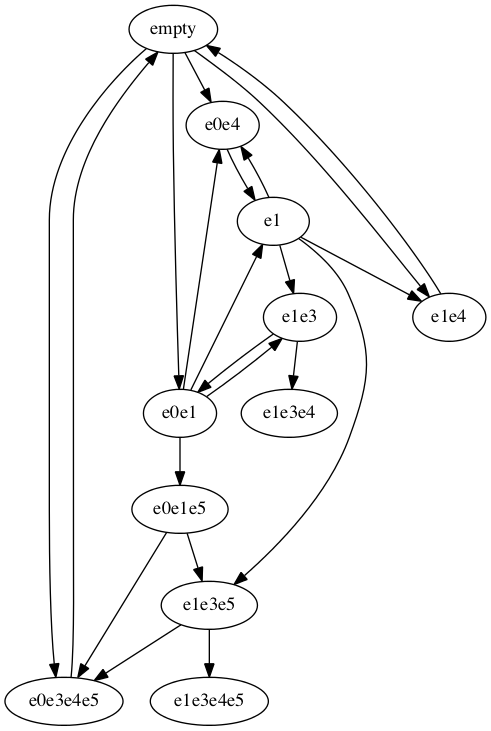
ryysd/PrototypePOR keeps this Graphviz diagram as tmp/act.png. Above is the earlier version. Its source is kept beside it as tmp/act.dot.
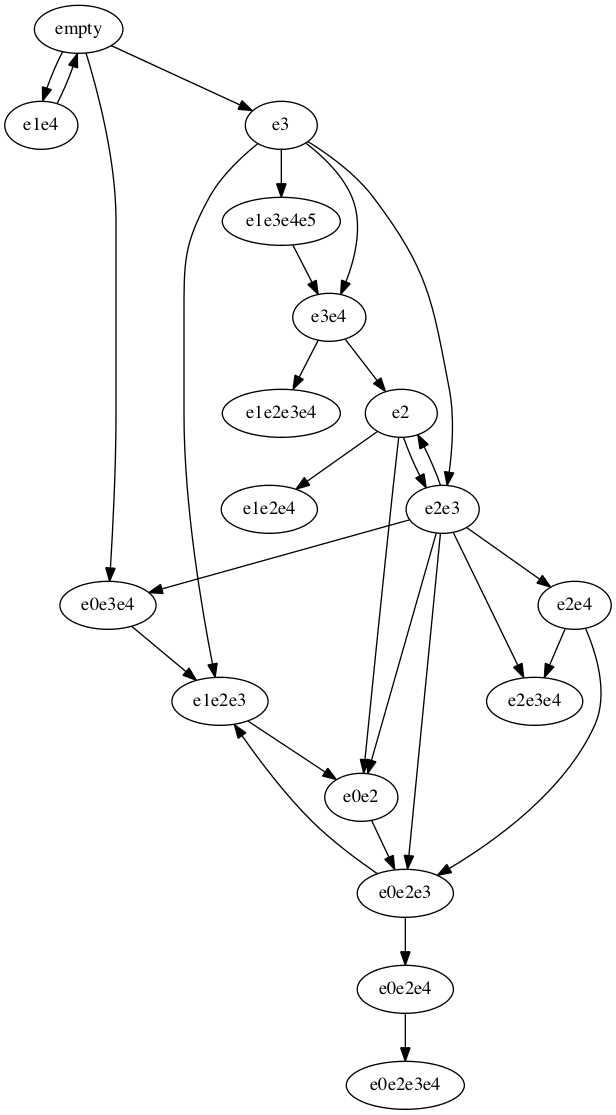
The same diagram one commit later.

Change to the diagram source:
```diff
@@ -1,37 +1,50 @@
 strict digraph {
-  empty->e0e3e4e5;
-  empty->e0e4;
-  empty->e0e4;
-  empty->e0e1;
+  empty->e1e4;
+  empty->e3;
+  empty->e0e3e4;
+  empty->e3;
   empty->e1e4;
   e1e4->empty;
-  e0e1->e0e1e5;
-  e0e1->e1;
-  e0e1->e1e3;
-  e0e1->e0e4;
-  e0e4->e1;
-  e1->e1e3;
-  e1->e1e4;
-  e1->e1e3e5;
-  e1->e1e3;
-  e1->e0e4;
-  e1e3->e1e3e4;
-  e1e3->e0e1;
-  e1e3e5->e1e3e4e5;
-  e1e3e5->e0e3e4e5;
-  e0e3e4e5->empty;
-  e1e3->e1e3e4;
-  e1e3->e0e1;
-  e1e3->e1e3e4;
-  e1e3->e0e1;
-  e1->e1e3;
-  e1->e1e4;
-  e1->e1e3e5;
-  e1->e1e3;
-  e1->e0e4;
-  e0e1e5->e1e3e5;
-  e0e1e5->e0e3e4e5;
-  e0e4->e1;
-  e0e4->e1;
-  e0e3e4e5->empty;
+  e3->e3e4;
+  e3->e1e2e3;
+  e3->e1e3e4e5;
+  e3->e3e4;
+  e3->e2e3;
+  e2e3->e2e3e4;
+  e2e3->e2;
+  e2e3->e2e4;
+  e2e3->e0e2;
+  e2e3->e0e2e3;
+  e2e3->e0e3e4;
+  e0e3e4->e1e2e3;
+  e1e2e3->e0e2;
+  e0e2->e0e2e3;
+  e0e2->e0e2e3;
+  e0e2e3->e0e2e4;
+  e0e2e3->e1e2e3;
+  e0e2e4->e0e2e3e4;
+  e0e2e3->e0e2e4;
+  e0e2e3->e1e2e3;
+  e0e2e3->e0e2e4;
+  e0e2e3->e1e2e3;
+  e0e2->e0e2e3;
+  e0e2->e0e2e3;
+  e2e4->e2e3e4;
+  e2e4->e0e2e3;
+  e2->e1e2e4;
+  e2->e2e3;
+  e2->e0e2;
+  e3e4->e1e2e3e4;
+  e3e4->e2;
+  e1e3e4e5->e3e4;
+  e1e2e3->e0e2;
+  e3e4->e1e2e3e4;
+  e3e4->e2;
+  e0e3e4->e1e2e3;
+  e3->e3e4;
+  e3->e1e2e3;
+  e3->e1e3e4e5;
+  e3->e3e4;
+  e3->e2e3;
+  e1e4->empty;
 }
```
